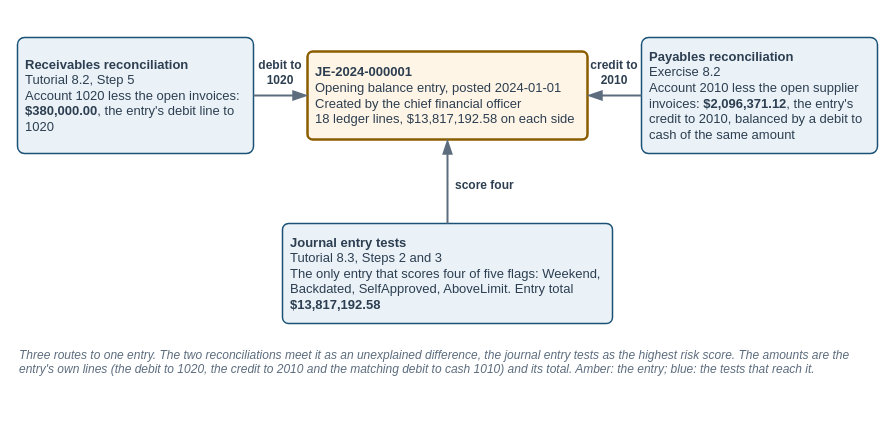
mmcodesso/Accounting_Analytics_Book keeps this draw.io diagram as facts/instructor/figures/chapter-08-audit-analytics/IF-08-0-A.drawio. Above is the earlier version. Source tidied: cells renumbered, new cells numbered last; positions are measured from the earlier drawing's top-left corner, leaving out a move shared by most shapes. Both pictures are drawn from the tidied source at 100%, with x=0, y=0 at pixel (17, 17).
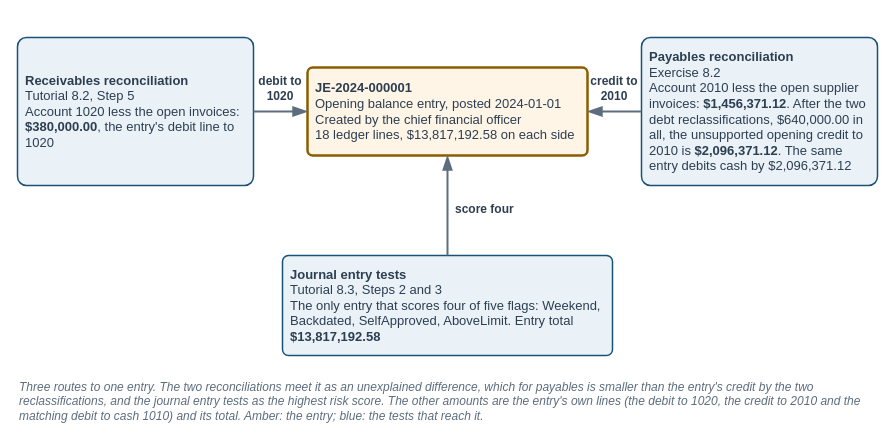
Above is the later version.

What changed in the source:
```diff
@@
 <mxGraphModel background="#FFFFFF">
   <root>
     <mxCell id="0" />
     <mxCell id="1" parent="0" />
     <mxCell id="2" style="rounded=0;html=1;fillColor=none;strokeColor=none;" parent="1" vertex="1">
-      <mxGeometry width="860" height="364" as="geometry" />
+      <mxGeometry width="860" height="411" as="geometry" />
     </mxCell>
     <mxCell id="3" value="&lt;b&gt;JE-2024-000001&lt;/b&gt;&lt;br&gt;Opening balance entry, posted 2024-01-01&lt;br&gt;Created by the chief financial officer&lt;br&gt;18 ledger lines, $13,817,192.58 on each side" style="rounded=1;arcSize=6;whiteSpace=wrap;html=1;fillColor=#FEF5E7;strokeColor=#8A5D00;strokeWidth=2.5;fontColor=#2C3E50;fontSize=13;fontStyle=0;align=left;verticalAlign=middle;fontFamily=Helvetica;spacingLeft=6;spacingRight=6;" parent="1" vertex="1">
-      <mxGeometry x="290" y="34" width="280" height="88" as="geometry" />
+      <mxGeometry x="290" y="50" width="280" height="88" as="geometry" />
     </mxCell>
     <mxCell id="4" value="&lt;b&gt;Receivables reconciliation&lt;/b&gt;&lt;br&gt;Tutorial 8.2, Step 5&lt;br&gt;Account 1020 less the open invoices: &lt;b&gt;$380,000.00&lt;/b&gt;, the entry's debit line to 1020" style="rounded=1;arcSize=6;whiteSpace=wrap;html=1;fillColor=#EAF2F8;strokeColor=#1A5276;strokeWidth=1.5;fontColor=#2C3E50;fontSize=13;fontStyle=0;align=left;verticalAlign=middle;fontFamily=Helvetica;spacingLeft=6;spacingRight=6;" parent="1" vertex="1">
-      <mxGeometry y="20" width="236" height="116" as="geometry" />
+      <mxGeometry y="20" width="236" height="148" as="geometry" />
     </mxCell>
-    <mxCell id="5" value="&lt;b&gt;Payables reconciliation&lt;/b&gt;&lt;br&gt;Exercise 8.2&lt;br&gt;Account 2010 less the open supplier invoices: &lt;b&gt;$2,096,371.12&lt;/b&gt;, the entry's credit to 2010, balanced by a debit to cash of the same amount" style="rounded=1;arcSize=6;whiteSpace=wrap;html=1;fillColor=#EAF2F8;strokeColor=#1A5276;strokeWidth=1.5;fontColor=#2C3E50;fontSize=13;fontStyle=0;align=left;verticalAlign=middle;fontFamily=Helvetica;spacingLeft=6;spacingRight=6;" parent="1" vertex="1">
-      <mxGeometry x="624" y="20" width="236" height="116" as="geometry" />
+    <mxCell id="5" value="&lt;b&gt;Payables reconciliation&lt;/b&gt;&lt;br&gt;Exercise 8.2&lt;br&gt;Account 2010 less the open supplier invoices: &lt;b&gt;$1,456,371.12&lt;/b&gt;. After the two debt reclassifications, $640,000.00 in all, the unsupported opening credit to 2010 is &lt;b&gt;$2,096,371.12&lt;/b&gt;. The same entry debits cash by $2,096,371.12" style="rounded=1;arcSize=6;whiteSpace=wrap;html=1;fillColor=#EAF2F8;strokeColor=#1A5276;strokeWidth=1.5;fontColor=#2C3E50;fontSize=13;fontStyle=0;align=left;verticalAlign=middle;fontFamily=Helvetica;spacingLeft=6;spacingRight=6;" parent="1" vertex="1">
+      <mxGeometry x="624" y="20" width="236" height="148" as="geometry" />
     </mxCell>
     <mxCell id="6" value="&lt;b&gt;Journal entry tests&lt;/b&gt;&lt;br&gt;Tutorial 8.3, Steps 2 and 3&lt;br&gt;The only entry that scores four of five flags: Weekend, Backdated, SelfApproved, AboveLimit. Entry total &lt;b&gt;$13,817,192.58&lt;/b&gt;" style="rounded=1;arcSize=6;whiteSpace=wrap;html=1;fillColor=#EAF2F8;strokeColor=#1A5276;strokeWidth=1.5;fontColor=#2C3E50;fontSize=13;fontStyle=0;align=left;verticalAlign=middle;fontFamily=Helvetica;spacingLeft=6;spacingRight=6;" parent="1" vertex="1">
-      <mxGeometry x="265" y="206" width="330" height="100" as="geometry" />
+      <mxGeometry x="265" y="238" width="330" height="100" as="geometry" />
     </mxCell>
     <mxCell id="7" style="edgeStyle=orthogonalEdgeStyle;rounded=1;html=1;startArrow=none;endArrow=blockThin;startFill=0;endFill=1;startSize=10;endSize=10;strokeColor=#5D6D7E;strokeWidth=2;fontSize=12;fontColor=#2C3E50;fontFamily=Helvetica;labelBackgroundColor=#FFFFFF;edgeStyle=none;exitX=1;exitY=0.5;exitDx=0;exitDy=0;entryX=0;entryY=0.5;entryDx=0;entryDy=0;" parent="1" edge="1" source="4" target="3">
       <mxGeometry relative="1" as="geometry" />
     </mxCell>
     <mxCell id="8" style="edgeStyle=orthogonalEdgeStyle;rounded=1;html=1;startArrow=none;endArrow=blockThin;startFill=0;endFill=1;startSize=10;endSize=10;strokeColor=#5D6D7E;strokeWidth=2;fontSize=12;fontColor=#2C3E50;fontFamily=Helvetica;labelBackgroundColor=#FFFFFF;edgeStyle=none;exitX=0;exitY=0.5;exitDx=0;exitDy=0;entryX=1;entryY=0.5;entryDx=0;entryDy=0;" parent="1" edge="1" source="5" target="3">
       <mxGeometry relative="1" as="geometry" />
     </mxCell>
     <mxCell id="9" style="edgeStyle=orthogonalEdgeStyle;rounded=1;html=1;startArrow=none;endArrow=blockThin;startFill=0;endFill=1;startSize=10;endSize=10;strokeColor=#5D6D7E;strokeWidth=2;fontSize=12;fontColor=#2C3E50;fontFamily=Helvetica;labelBackgroundColor=#FFFFFF;edgeStyle=none;exitX=0.5;exitY=0;exitDx=0;exitDy=0;entryX=0.5;entryY=1;entryDx=0;entryDy=0;" parent="1" edge="1" source="6" target="3">
       <mxGeometry relative="1" as="geometry" />
     </mxCell>
     <mxCell id="10" value="&lt;b&gt;debit to&lt;br&gt;1020&lt;/b&gt;" style="text;html=1;whiteSpace=wrap;align=center;verticalAlign=bottom;fontSize=12;fontColor=#2C3E50;fontStyle=0;fontFamily=Helvetica;spacing=2;fillColor=none;strokeColor=none;" parent="1" vertex="1">
-      <mxGeometry x="236" y="38" width="54" height="34" as="geometry" />
+      <mxGeometry x="236" y="54" width="54" height="34" as="geometry" />
     </mxCell>
     <mxCell id="11" value="&lt;b&gt;credit to&lt;br&gt;2010&lt;/b&gt;" style="text;html=1;whiteSpace=wrap;align=center;verticalAlign=bottom;fontSize=12;fontColor=#2C3E50;fontStyle=0;fontFamily=Helvetica;spacing=2;fillColor=none;strokeColor=none;" parent="1" vertex="1">
-      <mxGeometry x="570" y="38" width="54" height="34" as="geometry" />
+      <mxGeometry x="570" y="54" width="54" height="34" as="geometry" />
     </mxCell>
     <mxCell id="12" value="&lt;b&gt;score four&lt;/b&gt;" style="text;html=1;whiteSpace=wrap;align=left;verticalAlign=top;fontSize=12;fontColor=#2C3E50;fontStyle=0;fontFamily=Helvetica;spacing=2;fillColor=none;strokeColor=none;" parent="1" vertex="1">
-      <mxGeometry x="436" y="154" width="120" height="20" as="geometry" />
+      <mxGeometry x="436" y="178" width="120" height="20" as="geometry" />
     </mxCell>
-    <mxCell id="13" value="&lt;i&gt;Three routes to one entry. The two reconciliations meet it as an unexplained difference, the journal entry tests as the highest risk score. The amounts are the entry's own lines (the debit to 1020, the credit to 2010 and the matching debit to cash 1010) and its total. Amber: the entry; blue: the tests that reach it.&lt;/i&gt;" style="text;html=1;whiteSpace=wrap;align=left;verticalAlign=top;fontSize=12;fontColor=#5D6D7E;fontStyle=0;fontFamily=Helvetica;spacing=2;fillColor=none;strokeColor=none;" parent="1" vertex="1">
-      <mxGeometry y="324" width="860" height="38" as="geometry" />
+    <mxCell id="13" value="&lt;i&gt;Three routes to one entry. The two reconciliations meet it as an unexplained difference, which for payables is smaller than the entry's credit by the two reclassifications, and the journal entry tests as the highest risk score. The other amounts are the entry's own lines (the debit to 1020, the credit to 2010 and the matching debit to cash 1010) and its total. Amber: the entry; blue: the tests that reach it.&lt;/i&gt;" style="text;html=1;whiteSpace=wrap;align=left;verticalAlign=top;fontSize=12;fontColor=#5D6D7E;fontStyle=0;fontFamily=Helvetica;spacing=2;fillColor=none;strokeColor=none;" parent="1" vertex="1">
+      <mxGeometry y="356" width="860" height="53" as="geometry" />
     </mxCell>
   </root>
 </mxGraphModel>
```
